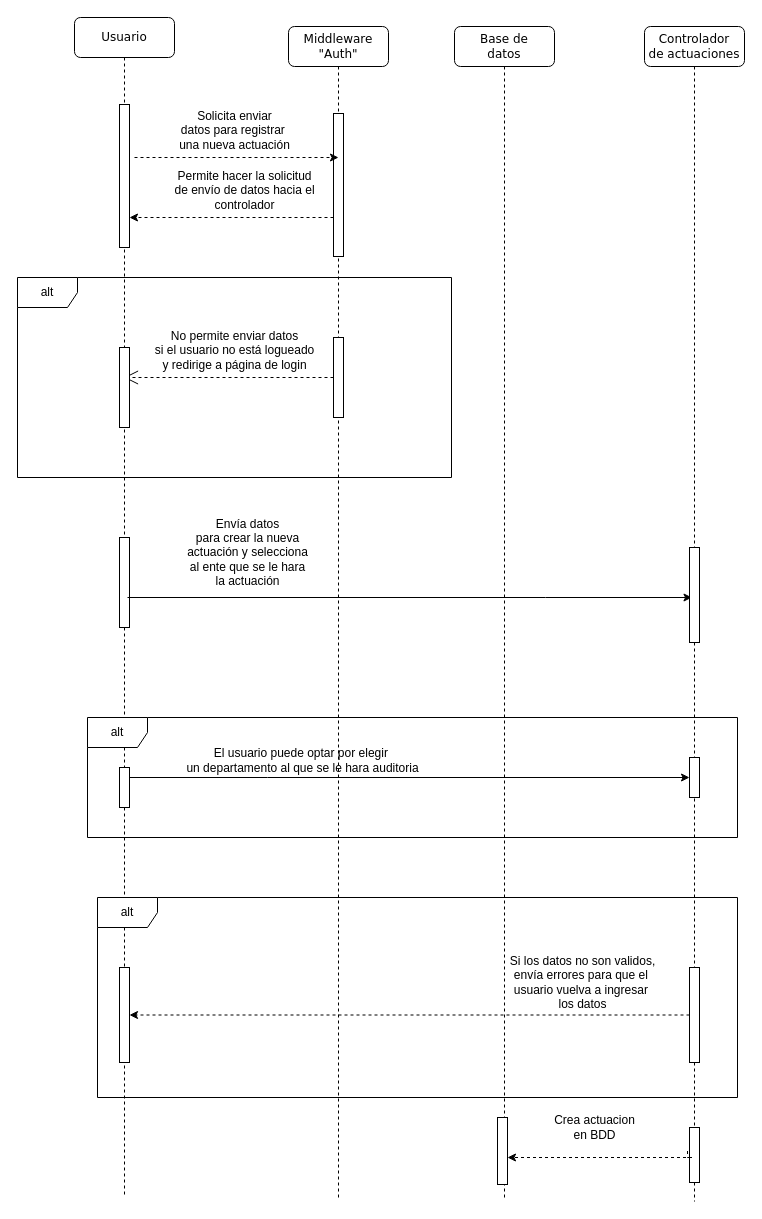
Before: page "Página-2" (2 of 7) of Diagramas secuencia/secuencia_actuaciones.drawio in MirroringCode/diagramas-del-csm, a draw.io diagram. Source tidied: cells renumbered, new cells numbered last; positions are measured from the earlier drawing's top-left corner, leaving out a move shared by most shapes. Both pictures are drawn from the tidied source at 100%, with x=0, y=0 at pixel (17, 17).
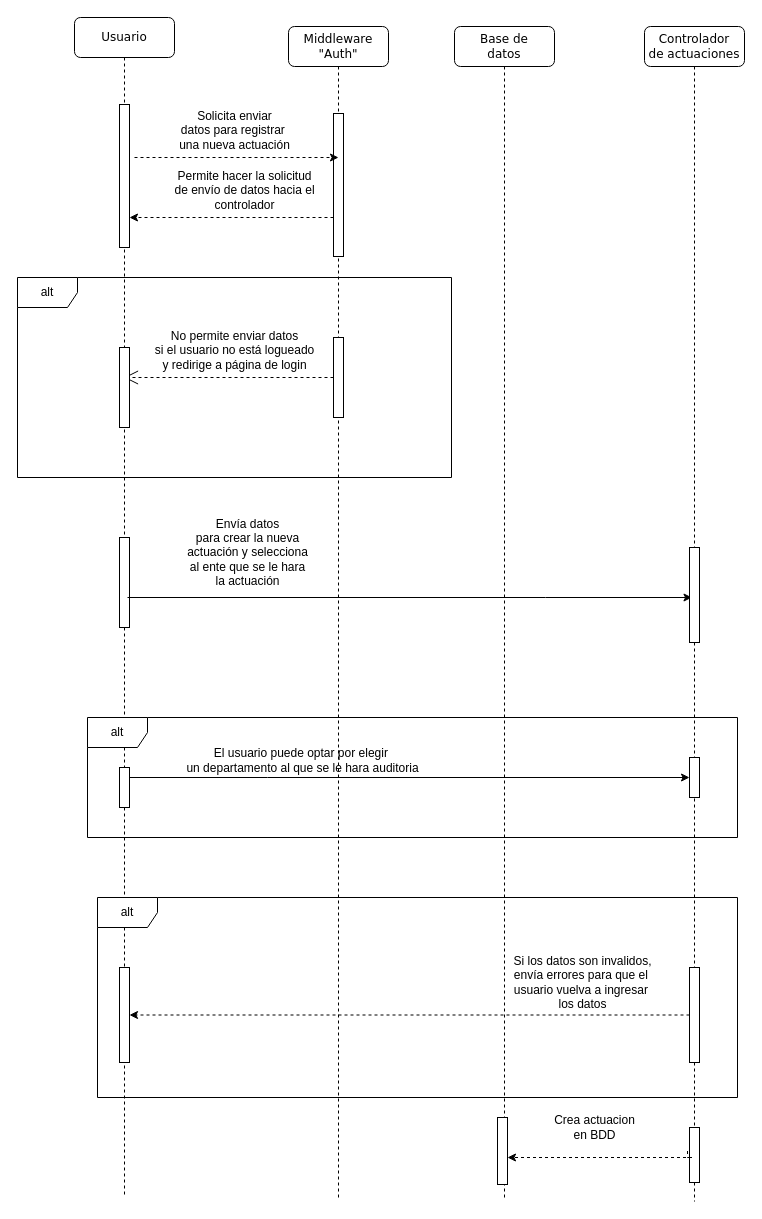
The same page after the edit.

What changed in the source:
```diff
@@
-    <mxCell id="31" value="Si los datos no son validos,&lt;div&gt;envía errores para que el&amp;nbsp;&lt;/div&gt;&lt;div&gt;usuario vuelva a ingresar&amp;nbsp;&lt;/div&gt;&lt;div&gt;los datos&lt;/div&gt;" style="text;html=1;align=center;verticalAlign=middle;strokeColor=none;fillColor=none;" parent="1" vertex="1">
-      <mxGeometry x="480" y="930" width="170" height="70" as="geometry" />
+    <mxCell id="31" value="Si los datos son invalidos,&lt;div&gt;envía errores para que el&amp;nbsp;&lt;/div&gt;&lt;div&gt;usuario vuelva a ingresar&amp;nbsp;&lt;/div&gt;&lt;div&gt;los datos&lt;/div&gt;" style="text;html=1;align=center;verticalAlign=middle;strokeColor=none;fillColor=none;" parent="1" vertex="1">
+      <mxGeometry x="485" y="930" width="160" height="70" as="geometry" />
     </mxCell>
```
